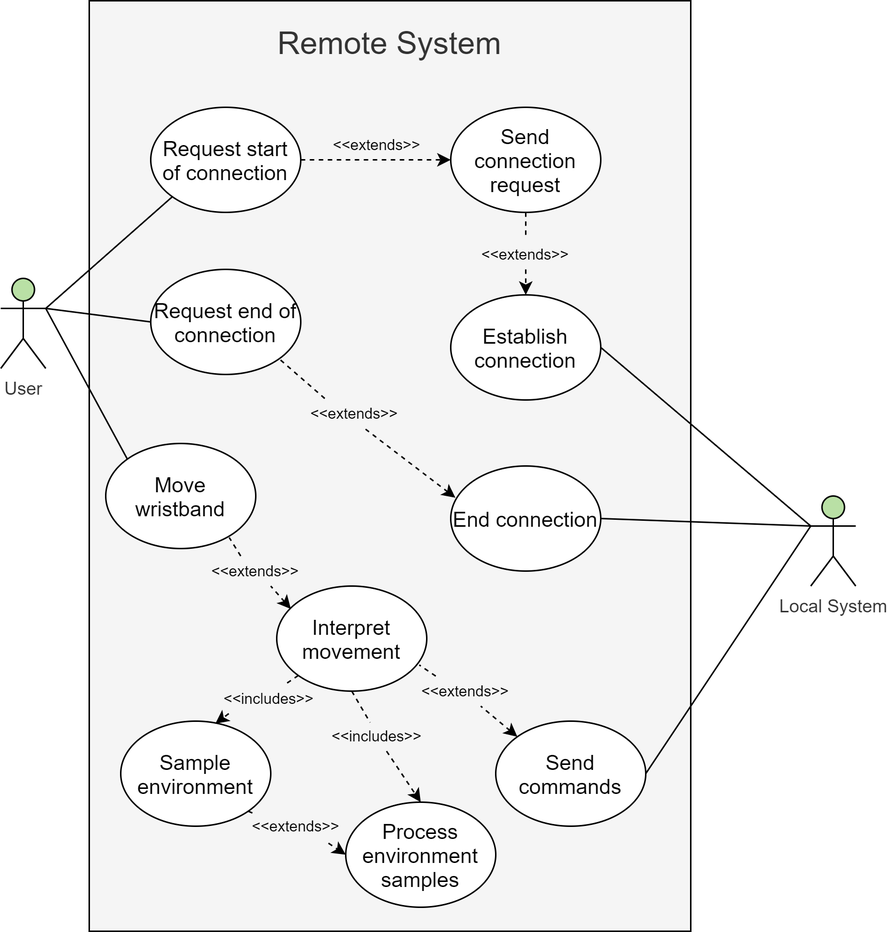
The draw.io diagram 2. Analysis/5. System Analysis/Remote/Use Case/use_case_remote.png in esrg-silent-howl/zephyrus, before a commit. Source tidied: cells renumbered, new cells last; positions are measured from the earlier drawing's top-left corner, leaving out a move shared by most shapes.
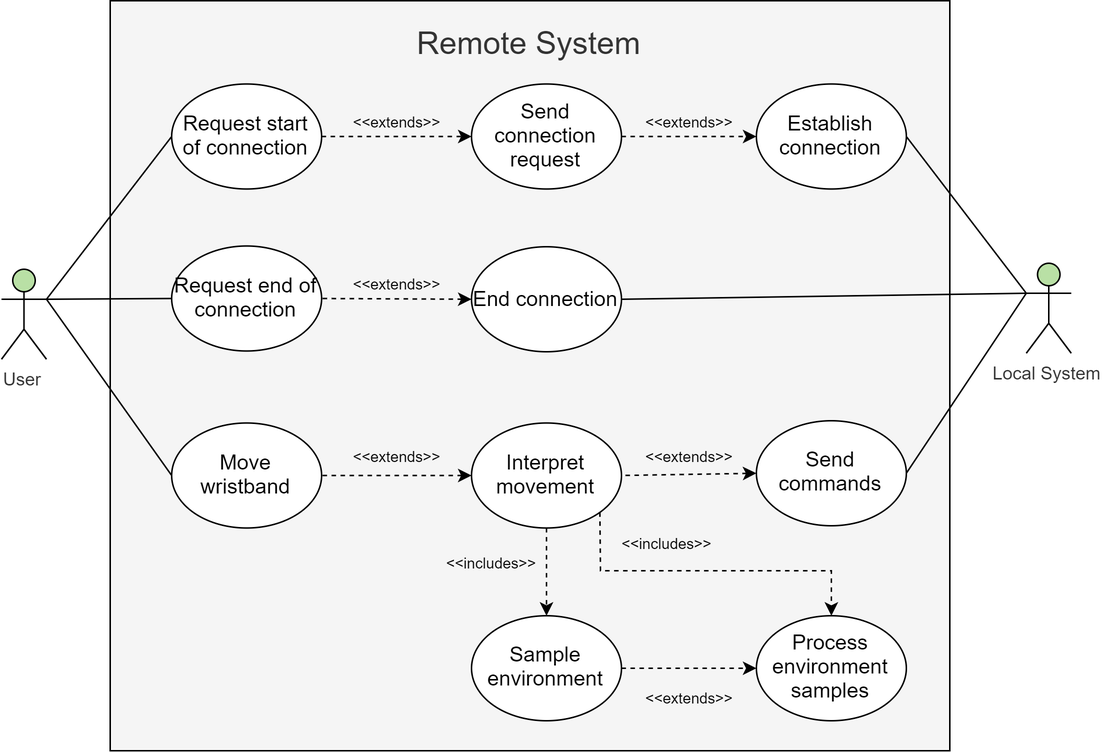
Later version of the same file.

Commit message:
UPDT: Use Case Diagram Tweaks

Diff of the diagram source:
```diff
@@ -3,132 +3,114 @@
     <mxCell id="0" />
     <mxCell id="1" parent="0" />
     <mxCell id="2" value="Remote System" style="rounded=0;whiteSpace=wrap;html=1;fontSize=21;verticalAlign=top;spacingTop=9;fillColor=#f5f5f5;fontColor=#333333;" parent="1" vertex="1">
-      <mxGeometry x="59" width="401" height="620" as="geometry" />
+      <mxGeometry x="689" y="50" width="560" height="500" as="geometry" />
     </mxCell>
-    <mxCell id="3" style="rounded=0;jettySize=auto;html=1;exitX=1;exitY=0.3333333333333333;exitDx=0;exitDy=0;exitPerimeter=0;fontSize=14;endArrow=none;endFill=0;entryX=0;entryY=1;entryDx=0;entryDy=0;" parent="1" edge="1" source="6" target="8">
-      <mxGeometry relative="1" as="geometry" />
-    </mxCell>
-    <mxCell id="4" style="edgeStyle=none;rounded=0;jettySize=auto;html=1;exitX=1;exitY=0.3333333333333333;exitDx=0;exitDy=0;exitPerimeter=0;entryX=0;entryY=0;entryDx=0;entryDy=0;startArrow=none;startFill=0;endArrow=none;endFill=0;" parent="1" edge="1" source="6" target="17">
-      <mxGeometry relative="1" as="geometry" />
-    </mxCell>
-    <mxCell id="5" style="edgeStyle=none;rounded=0;jettySize=auto;html=1;exitX=1;exitY=0.3333333333333333;exitDx=0;exitDy=0;exitPerimeter=0;entryX=0;entryY=0.5;entryDx=0;entryDy=0;startArrow=none;startFill=0;endArrow=none;endFill=0;" parent="1" edge="1" source="6" target="26">
-      <mxGeometry relative="1" as="geometry" />
-    </mxCell>
     <mxCell id="6" value="User" style="shape=umlActor;verticalLabelPosition=bottom;verticalAlign=top;html=1;outlineConnect=0;fontColor=#333333;fillColor=#B9E0A5;" parent="1" vertex="1">
-      <mxGeometry y="185" width="30" height="60" as="geometry" />
+      <mxGeometry x="616.5" y="229" width="30" height="60" as="geometry" />
     </mxCell>
     <mxCell id="7" style="rounded=0;jettySize=auto;html=1;entryX=0;entryY=0.5;entryDx=0;entryDy=0;dashed=1;endArrow=classic;endFill=1;startArrow=none;startFill=0;" parent="1" edge="1" source="8" target="11">
       <mxGeometry relative="1" as="geometry" />
     </mxCell>
     <mxCell id="8" value="Request start of connection" style="ellipse;whiteSpace=wrap;html=1;fontSize=14;" parent="1" vertex="1">
-      <mxGeometry x="100" y="71" width="100" height="70" as="geometry" />
+      <mxGeometry x="730" y="105.5" width="100" height="70" as="geometry" />
     </mxCell>
-    <mxCell id="9" style="edgeStyle=none;rounded=0;jettySize=auto;html=1;exitX=1;exitY=0.5;exitDx=0;exitDy=0;entryX=0;entryY=0.3333333333333333;entryDx=0;entryDy=0;entryPerimeter=0;startArrow=none;startFill=0;endArrow=none;endFill=0;" parent="1" edge="1" source="32" target="15">
-      <mxGeometry relative="1" as="geometry" />
-    </mxCell>
-    <mxCell id="10" style="rounded=0;jettySize=auto;html=1;entryX=0.5;entryY=0;entryDx=0;entryDy=0;dashed=1;" parent="1" edge="1" source="33" target="32">
-      <mxGeometry relative="1" as="geometry" />
-    </mxCell>
+    <mxCell id="44" style="rounded=0;jettySize=auto;html=1;entryX=0;entryY=0.5;entryDx=0;entryDy=0;dashed=1;exitX=1;exitY=0.5;exitDx=0;exitDy=0;" parent="1" edge="1" source="11" target="32">
+      <mxGeometry relative="1" as="geometry" />
+    </mxCell>
     <mxCell id="11" value="Send connection request" style="ellipse;whiteSpace=wrap;html=1;fontSize=14;" parent="1" vertex="1">
-      <mxGeometry x="300" y="71" width="100" height="70" as="geometry" />
+      <mxGeometry x="930" y="105.5" width="100" height="70" as="geometry" />
     </mxCell>
-    <mxCell id="12" style="edgeStyle=none;rounded=0;jettySize=auto;html=1;exitX=1;exitY=0.5;exitDx=0;exitDy=0;entryX=0;entryY=0.3333333333333333;entryDx=0;entryDy=0;entryPerimeter=0;endArrow=none;endFill=0;" parent="1" edge="1" source="14" target="15">
-      <mxGeometry relative="1" as="geometry" />
-    </mxCell>
-    <mxCell id="13" style="edgeStyle=none;rounded=0;jettySize=auto;html=1;exitX=0;exitY=0;exitDx=0;exitDy=0;entryX=0.95;entryY=0.751;entryDx=0;entryDy=0;startArrow=none;startFill=0;endArrow=none;endFill=0;dashed=1;entryPerimeter=0;" parent="1" edge="1" source="22" target="21">
-      <mxGeometry relative="1" as="geometry" />
-    </mxCell>
     <mxCell id="14" value="Send commands" style="ellipse;whiteSpace=wrap;html=1;fontSize=14;" parent="1" vertex="1">
-      <mxGeometry x="330" y="480" width="100" height="70" as="geometry" />
+      <mxGeometry x="1120" y="330" width="100" height="70" as="geometry" />
     </mxCell>
     <mxCell id="15" value="Local System" style="shape=umlActor;verticalLabelPosition=bottom;verticalAlign=top;html=1;outlineConnect=0;fontColor=#333333;fillColor=#B9E0A5;" parent="1" vertex="1">
-      <mxGeometry x="540" y="330" width="30" height="60" as="geometry" />
+      <mxGeometry x="1300" y="225" width="30" height="60" as="geometry" />
     </mxCell>
-    <mxCell id="16" value="&amp;lt;&amp;lt;extends&amp;gt;&amp;gt;" style="text;html=1;strokeColor=none;fillColor=none;align=center;verticalAlign=middle;whiteSpace=wrap;rounded=0;fontSize=10;rotation=0;" parent="1" vertex="1">
-      <mxGeometry x="230.5" y="86" width="40" height="20" as="geometry" />
-    </mxCell>
+    <mxCell id="45" value="&amp;lt;&amp;lt;extends&amp;gt;&amp;gt;" style="text;html=1;strokeColor=none;fillColor=none;align=center;verticalAlign=middle;whiteSpace=wrap;rounded=0;fontSize=10;rotation=0;" parent="1" vertex="1">
+      <mxGeometry x="860" y="121" width="40" height="20" as="geometry" />
+    </mxCell>
     <mxCell id="17" value="Move wristband" style="ellipse;whiteSpace=wrap;html=1;fontSize=14;" parent="1" vertex="1">
-      <mxGeometry x="70" y="295" width="100" height="70" as="geometry" />
+      <mxGeometry x="730" y="331.5" width="100" height="70" as="geometry" />
     </mxCell>
-    <mxCell id="18" style="edgeStyle=none;rounded=0;jettySize=auto;html=1;exitX=0.25;exitY=0;exitDx=0;exitDy=0;entryX=0.823;entryY=0.895;entryDx=0;entryDy=0;entryPerimeter=0;dashed=1;startArrow=none;startFill=0;endArrow=none;endFill=0;" parent="1" edge="1" source="24" target="17">
-      <mxGeometry relative="1" as="geometry" />
-    </mxCell>
-    <mxCell id="19" style="edgeStyle=none;rounded=0;jettySize=auto;html=1;entryX=0.5;entryY=0;entryDx=0;entryDy=0;dashed=1;startArrow=none;startFill=0;endArrow=classic;endFill=1;" parent="1" edge="1" source="38" target="37">
-      <mxGeometry relative="1" as="geometry" />
-    </mxCell>
-    <mxCell id="20" style="edgeStyle=none;rounded=0;jettySize=auto;html=1;exitX=0;exitY=1;exitDx=0;exitDy=0;entryX=0.631;entryY=0.024;entryDx=0;entryDy=0;entryPerimeter=0;dashed=1;startArrow=none;startFill=0;endArrow=classic;endFill=1;" parent="1" edge="1" source="42" target="36">
-      <mxGeometry relative="1" as="geometry" />
-    </mxCell>
+    <mxCell id="46" style="edgeStyle=none;rounded=0;jettySize=auto;html=1;entryX=0.5;entryY=0;entryDx=0;entryDy=0;dashed=1;startArrow=none;startFill=0;endArrow=classic;endFill=1;exitX=1;exitY=1;exitDx=0;exitDy=0;" parent="1" edge="1" source="21" target="37">
+      <mxGeometry relative="1" as="geometry">
+        <Array as="points">
+          <mxPoint x="1016" y="430" />
+          <mxPoint x="1170" y="430" />
+        </Array>
+      </mxGeometry>
+    </mxCell>
+    <mxCell id="47" style="edgeStyle=none;rounded=0;jettySize=auto;html=1;exitX=0.5;exitY=1;exitDx=0;exitDy=0;entryX=0.5;entryY=0;entryDx=0;entryDy=0;dashed=1;startArrow=none;startFill=0;endArrow=classic;endFill=1;" parent="1" edge="1" source="21" target="36">
+      <mxGeometry relative="1" as="geometry" />
+    </mxCell>
     <mxCell id="21" value="Interpret movement" style="ellipse;whiteSpace=wrap;html=1;fontSize=14;" parent="1" vertex="1">
-      <mxGeometry x="184" y="390" width="100" height="70" as="geometry" />
+      <mxGeometry x="930" y="331.5" width="100" height="70" as="geometry" />
     </mxCell>
-    <mxCell id="22" value="&amp;lt;&amp;lt;extends&amp;gt;&amp;gt;" style="text;html=1;strokeColor=none;fillColor=none;align=center;verticalAlign=middle;whiteSpace=wrap;rounded=0;fontSize=10;rotation=0;" parent="1" vertex="1">
-      <mxGeometry x="290" y="450" width="40" height="20" as="geometry" />
-    </mxCell>
-    <mxCell id="23" style="edgeStyle=none;rounded=0;jettySize=auto;html=1;exitX=0;exitY=0;exitDx=0;exitDy=0;startArrow=classic;startFill=1;endArrow=none;endFill=0;dashed=1;entryX=0.75;entryY=1;entryDx=0;entryDy=0;" parent="1" edge="1" source="14" target="22">
-      <mxGeometry relative="1" as="geometry" />
-    </mxCell>
-    <mxCell id="24" value="&amp;lt;&amp;lt;extends&amp;gt;&amp;gt;" style="text;html=1;strokeColor=none;fillColor=none;align=center;verticalAlign=middle;whiteSpace=wrap;rounded=0;fontSize=10;rotation=0;" parent="1" vertex="1">
-      <mxGeometry x="150" y="370" width="40" height="20" as="geometry" />
-    </mxCell>
-    <mxCell id="25" style="edgeStyle=none;rounded=0;jettySize=auto;html=1;exitX=0.094;exitY=0.218;exitDx=0;exitDy=0;entryX=0.75;entryY=1;entryDx=0;entryDy=0;dashed=1;startArrow=classic;startFill=1;endArrow=none;endFill=0;exitPerimeter=0;" parent="1" edge="1" source="21" target="24">
-      <mxGeometry relative="1" as="geometry" />
-    </mxCell>
+    <mxCell id="48" style="edgeStyle=none;rounded=0;jettySize=auto;html=1;exitX=0;exitY=0.5;exitDx=0;exitDy=0;startArrow=classic;startFill=1;endArrow=none;endFill=0;dashed=1;entryX=1;entryY=0.5;entryDx=0;entryDy=0;" parent="1" edge="1" source="14" target="21">
+      <mxGeometry relative="1" as="geometry" />
+    </mxCell>
+    <mxCell id="49" style="edgeStyle=none;rounded=0;jettySize=auto;html=1;exitX=0;exitY=0.5;exitDx=0;exitDy=0;dashed=1;startArrow=classic;startFill=1;endArrow=none;endFill=0;entryX=1;entryY=0.5;entryDx=0;entryDy=0;" parent="1" edge="1" source="21" target="17">
+      <mxGeometry relative="1" as="geometry" />
+    </mxCell>
     <mxCell id="26" value="Request end of connection" style="ellipse;whiteSpace=wrap;html=1;fontSize=14;" parent="1" vertex="1">
-      <mxGeometry x="100" y="179" width="100" height="70" as="geometry" />
+      <mxGeometry x="730" y="213.5" width="100" height="70" as="geometry" />
     </mxCell>
-    <mxCell id="27" style="edgeStyle=none;rounded=0;jettySize=auto;html=1;exitX=0;exitY=0;exitDx=0;exitDy=0;entryX=1;entryY=1;entryDx=0;entryDy=0;startArrow=none;startFill=0;endArrow=none;endFill=0;dashed=1;" parent="1" edge="1" source="30" target="26">
-      <mxGeometry relative="1" as="geometry" />
-    </mxCell>
-    <mxCell id="28" style="edgeStyle=none;rounded=0;jettySize=auto;html=1;exitX=1;exitY=0.5;exitDx=0;exitDy=0;entryX=0;entryY=0.3333333333333333;entryDx=0;entryDy=0;entryPerimeter=0;startArrow=none;startFill=0;endArrow=none;endFill=0;" parent="1" edge="1" source="29" target="15">
-      <mxGeometry relative="1" as="geometry" />
-    </mxCell>
     <mxCell id="29" value="End connection" style="ellipse;whiteSpace=wrap;html=1;fontSize=14;" parent="1" vertex="1">
-      <mxGeometry x="300" y="310" width="100" height="70" as="geometry" />
+      <mxGeometry x="930" y="214" width="100" height="70" as="geometry" />
     </mxCell>
-    <mxCell id="30" value="&amp;lt;&amp;lt;extends&amp;gt;&amp;gt;" style="text;html=1;strokeColor=none;fillColor=none;align=center;verticalAlign=middle;whiteSpace=wrap;rounded=0;fontSize=10;rotation=0;" parent="1" vertex="1">
-      <mxGeometry x="216" y="265" width="40" height="20" as="geometry" />
-    </mxCell>
-    <mxCell id="31" style="edgeStyle=none;rounded=0;jettySize=auto;html=1;exitX=0.031;exitY=0.302;exitDx=0;exitDy=0;entryX=0.64;entryY=0.962;entryDx=0;entryDy=0;startArrow=classic;startFill=1;endArrow=none;endFill=0;dashed=1;exitPerimeter=0;entryPerimeter=0;" parent="1" edge="1" source="29" target="30">
-      <mxGeometry relative="1" as="geometry" />
-    </mxCell>
+    <mxCell id="50" style="edgeStyle=none;rounded=0;jettySize=auto;html=1;exitX=0;exitY=0.5;exitDx=0;exitDy=0;entryX=1;entryY=0.5;entryDx=0;entryDy=0;startArrow=classic;startFill=1;endArrow=none;endFill=0;dashed=1;" parent="1" edge="1" source="29" target="26">
+      <mxGeometry relative="1" as="geometry" />
+    </mxCell>
     <mxCell id="32" value="Establish connection" style="ellipse;whiteSpace=wrap;html=1;fontSize=14;" parent="1" vertex="1">
-      <mxGeometry x="300" y="196" width="100" height="70" as="geometry" />
+      <mxGeometry x="1120" y="105.5" width="100" height="70" as="geometry" />
     </mxCell>
-    <mxCell id="33" value="&amp;lt;&amp;lt;extends&amp;gt;&amp;gt;" style="text;html=1;strokeColor=none;fillColor=none;align=center;verticalAlign=middle;whiteSpace=wrap;rounded=0;fontSize=10;rotation=0;" parent="1" vertex="1">
-      <mxGeometry x="330" y="159" width="40" height="20" as="geometry" />
-    </mxCell>
-    <mxCell id="34" style="rounded=0;jettySize=auto;html=1;entryX=0.5;entryY=0;entryDx=0;entryDy=0;dashed=1;endArrow=none;endFill=0;" parent="1" edge="1" source="11" target="33">
-      <mxGeometry relative="1" as="geometry" />
-    </mxCell>
-    <mxCell id="35" style="edgeStyle=none;rounded=0;jettySize=auto;html=1;exitX=0.907;exitY=1.067;exitDx=0;exitDy=0;entryX=0;entryY=0.5;entryDx=0;entryDy=0;dashed=1;startArrow=none;startFill=0;endArrow=classic;endFill=1;exitPerimeter=0;" parent="1" edge="1" source="40" target="37">
-      <mxGeometry relative="1" as="geometry" />
-    </mxCell>
+    <mxCell id="51" value="&amp;lt;&amp;lt;extends&amp;gt;&amp;gt;" style="text;html=1;strokeColor=none;fillColor=none;align=center;verticalAlign=middle;whiteSpace=wrap;rounded=0;fontSize=10;rotation=0;" parent="1" vertex="1">
+      <mxGeometry x="1055" y="120.5" width="40" height="20" as="geometry" />
+    </mxCell>
+    <mxCell id="52" style="edgeStyle=none;rounded=0;jettySize=auto;html=1;exitX=1;exitY=0.5;exitDx=0;exitDy=0;entryX=0;entryY=0.5;entryDx=0;entryDy=0;dashed=1;startArrow=none;startFill=0;endArrow=classic;endFill=1;" parent="1" edge="1" source="36" target="37">
+      <mxGeometry relative="1" as="geometry" />
+    </mxCell>
     <mxCell id="36" value="Sample environment" style="ellipse;whiteSpace=wrap;html=1;fontSize=14;" parent="1" vertex="1">
-      <mxGeometry x="80" y="480" width="100" height="70" as="geometry" />
+      <mxGeometry x="930" y="460" width="100" height="70" as="geometry" />
     </mxCell>
     <mxCell id="37" value="Process environment samples" style="ellipse;whiteSpace=wrap;html=1;fontSize=14;" parent="1" vertex="1">
-      <mxGeometry x="230" y="534" width="100" height="70" as="geometry" />
+      <mxGeometry x="1120" y="460" width="100" height="70" as="geometry" />
     </mxCell>
-    <mxCell id="38" value="&amp;lt;&amp;lt;includes&amp;gt;&amp;gt;" style="text;html=1;strokeColor=none;fillColor=none;align=center;verticalAlign=middle;whiteSpace=wrap;rounded=0;fontSize=10;rotation=0;" parent="1" vertex="1">
-      <mxGeometry x="223.5" y="480" width="54" height="20" as="geometry" />
-    </mxCell>
-    <mxCell id="39" style="edgeStyle=none;rounded=0;jettySize=auto;html=1;exitX=0.5;exitY=1;exitDx=0;exitDy=0;entryX=0.421;entryY=0.044;entryDx=0;entryDy=0;dashed=1;startArrow=none;startFill=0;endArrow=none;endFill=0;entryPerimeter=0;" parent="1" edge="1" source="21" target="38">
-      <mxGeometry relative="1" as="geometry" />
-    </mxCell>
-    <mxCell id="40" value="&amp;lt;&amp;lt;extends&amp;gt;&amp;gt;" style="text;html=1;strokeColor=none;fillColor=none;align=center;verticalAlign=middle;whiteSpace=wrap;rounded=0;fontSize=10;rotation=0;" parent="1" vertex="1">
-      <mxGeometry x="169.5" y="540" width="54" height="20" as="geometry" />
-    </mxCell>
-    <mxCell id="41" style="edgeStyle=none;rounded=0;jettySize=auto;html=1;entryX=0.006;entryY=0.106;entryDx=0;entryDy=0;dashed=1;startArrow=none;startFill=0;endArrow=none;endFill=0;entryPerimeter=0;" parent="1" edge="1" target="40">
-      <mxGeometry relative="1" as="geometry">
-        <mxPoint x="165" y="540" as="sourcePoint" />
-      </mxGeometry>
-    </mxCell>
-    <mxCell id="42" value="&amp;lt;&amp;lt;includes&amp;gt;&amp;gt;" style="text;html=1;strokeColor=none;fillColor=none;align=center;verticalAlign=middle;whiteSpace=wrap;rounded=0;fontSize=10;rotation=0;" parent="1" vertex="1">
-      <mxGeometry x="152" y="455" width="54" height="20" as="geometry" />
-    </mxCell>
-    <mxCell id="43" style="edgeStyle=none;rounded=0;jettySize=auto;html=1;exitX=0;exitY=1;exitDx=0;exitDy=0;entryX=0.704;entryY=0.01;entryDx=0;entryDy=0;entryPerimeter=0;dashed=1;startArrow=none;startFill=0;endArrow=none;endFill=0;" parent="1" edge="1" source="21" target="42">
-      <mxGeometry relative="1" as="geometry" />
-    </mxCell>
+    <mxCell id="53" value="&amp;lt;&amp;lt;extends&amp;gt;&amp;gt;" style="text;html=1;strokeColor=none;fillColor=none;align=center;verticalAlign=middle;whiteSpace=wrap;rounded=0;fontSize=10;rotation=0;" parent="1" vertex="1">
+      <mxGeometry x="860" y="229" width="40" height="20" as="geometry" />
+    </mxCell>
+    <mxCell id="54" value="&amp;lt;&amp;lt;includes&amp;gt;&amp;gt;" style="text;html=1;strokeColor=none;fillColor=none;align=center;verticalAlign=middle;whiteSpace=wrap;rounded=0;fontSize=10;rotation=0;" parent="1" vertex="1">
+      <mxGeometry x="1033" y="401.5" width="54" height="20" as="geometry" />
+    </mxCell>
+    <mxCell id="55" value="&amp;lt;&amp;lt;includes&amp;gt;&amp;gt;" style="text;html=1;strokeColor=none;fillColor=none;align=center;verticalAlign=middle;whiteSpace=wrap;rounded=0;fontSize=10;rotation=0;" parent="1" vertex="1">
+      <mxGeometry x="916" y="415" width="54" height="20" as="geometry" />
+    </mxCell>
+    <mxCell id="56" value="&amp;lt;&amp;lt;extends&amp;gt;&amp;gt;" style="text;html=1;strokeColor=none;fillColor=none;align=center;verticalAlign=middle;whiteSpace=wrap;rounded=0;fontSize=10;rotation=0;" parent="1" vertex="1">
+      <mxGeometry x="1048" y="505" width="54" height="20" as="geometry" />
+    </mxCell>
+    <mxCell id="57" value="&amp;lt;&amp;lt;extends&amp;gt;&amp;gt;" style="text;html=1;strokeColor=none;fillColor=none;align=center;verticalAlign=middle;whiteSpace=wrap;rounded=0;fontSize=10;rotation=0;" parent="1" vertex="1">
+      <mxGeometry x="1048" y="343.5" width="54" height="20" as="geometry" />
+    </mxCell>
+    <mxCell id="58" value="&amp;lt;&amp;lt;extends&amp;gt;&amp;gt;" style="text;html=1;strokeColor=none;fillColor=none;align=center;verticalAlign=middle;whiteSpace=wrap;rounded=0;fontSize=10;rotation=0;" parent="1" vertex="1">
+      <mxGeometry x="853" y="343.5" width="54" height="20" as="geometry" />
+    </mxCell>
+    <mxCell id="59" style="edgeStyle=none;rounded=0;jettySize=auto;html=1;exitX=0;exitY=0.5;exitDx=0;exitDy=0;entryX=1;entryY=0.3333333333333333;entryDx=0;entryDy=0;entryPerimeter=0;startArrow=none;startFill=0;endArrow=none;endFill=0;" parent="1" edge="1" source="8" target="6">
+      <mxGeometry relative="1" as="geometry" />
+    </mxCell>
+    <mxCell id="60" style="edgeStyle=none;rounded=0;jettySize=auto;html=1;exitX=0;exitY=0.5;exitDx=0;exitDy=0;entryX=1;entryY=0.3333333333333333;entryDx=0;entryDy=0;entryPerimeter=0;startArrow=none;startFill=0;endArrow=none;endFill=0;" parent="1" edge="1" source="26" target="6">
+      <mxGeometry relative="1" as="geometry" />
+    </mxCell>
+    <mxCell id="61" style="edgeStyle=none;rounded=0;jettySize=auto;html=1;exitX=0;exitY=0.5;exitDx=0;exitDy=0;entryX=1;entryY=0.3333333333333333;entryDx=0;entryDy=0;entryPerimeter=0;startArrow=none;startFill=0;endArrow=none;endFill=0;" parent="1" edge="1" source="17" target="6">
+      <mxGeometry relative="1" as="geometry" />
+    </mxCell>
+    <mxCell id="9" style="edgeStyle=none;rounded=0;jettySize=auto;html=1;exitX=1;exitY=0.5;exitDx=0;exitDy=0;entryX=0;entryY=0.3333333333333333;entryDx=0;entryDy=0;entryPerimeter=0;startArrow=none;startFill=0;endArrow=none;endFill=0;" parent="1" edge="1" source="32" target="15">
+      <mxGeometry relative="1" as="geometry" />
+    </mxCell>
+    <mxCell id="28" style="edgeStyle=none;rounded=0;jettySize=auto;html=1;entryX=0;entryY=0.3333333333333333;entryDx=0;entryDy=0;entryPerimeter=0;startArrow=none;startFill=0;endArrow=none;endFill=0;exitX=1;exitY=0.5;exitDx=0;exitDy=0;" parent="1" edge="1" source="29" target="15">
+      <mxGeometry relative="1" as="geometry" />
+    </mxCell>
+    <mxCell id="12" style="edgeStyle=none;rounded=0;jettySize=auto;html=1;entryX=0;entryY=0.3333333333333333;entryDx=0;entryDy=0;entryPerimeter=0;startArrow=none;startFill=0;endArrow=none;endFill=0;exitX=1;exitY=0.5;exitDx=0;exitDy=0;" parent="1" edge="1" source="14" target="15">
+      <mxGeometry relative="1" as="geometry" />
+    </mxCell>
   </root>
 </mxGraphModel>
```
